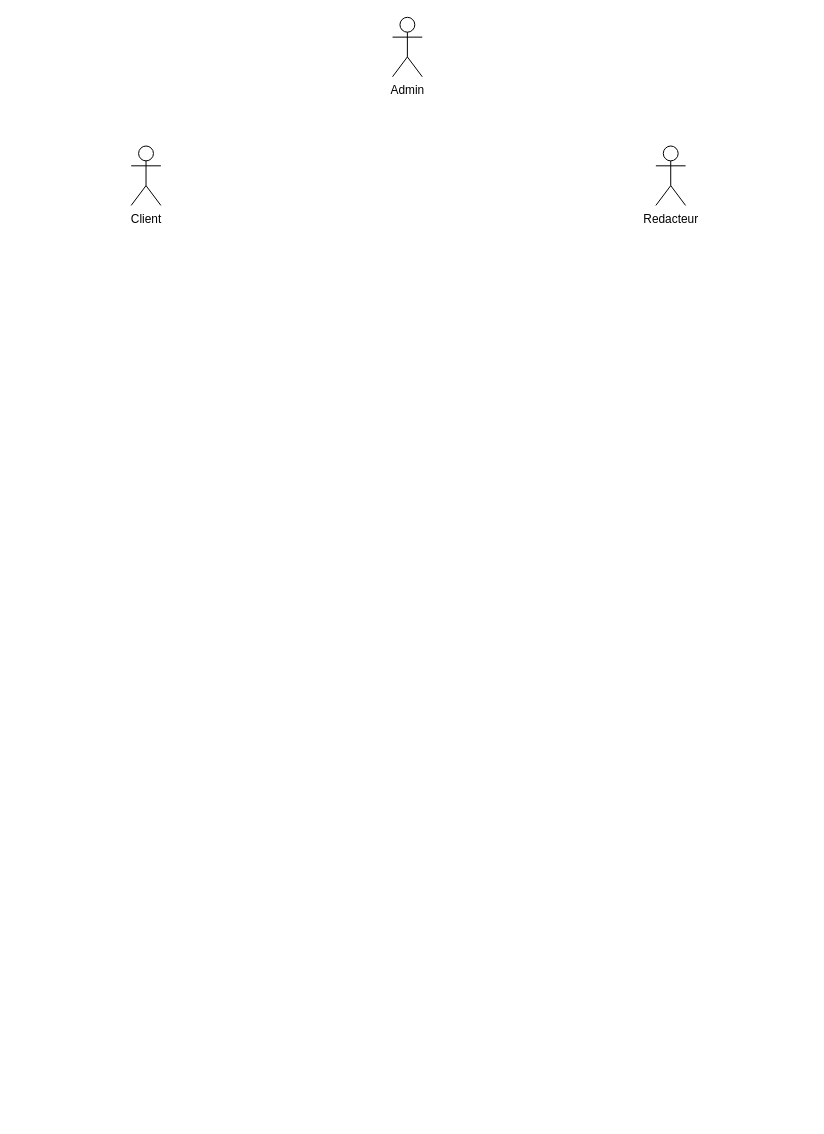
Before: diagrams/Cas d utilisation.drawio in Wathil/POECNews, a draw.io diagram. Source tidied: cells renumbered, new cells numbered last; positions are measured from the earlier drawing's top-left corner, leaving out a move shared by most shapes. Both pictures are drawn from the tidied source at 99%, with x=0, y=0 at pixel (131, 17).
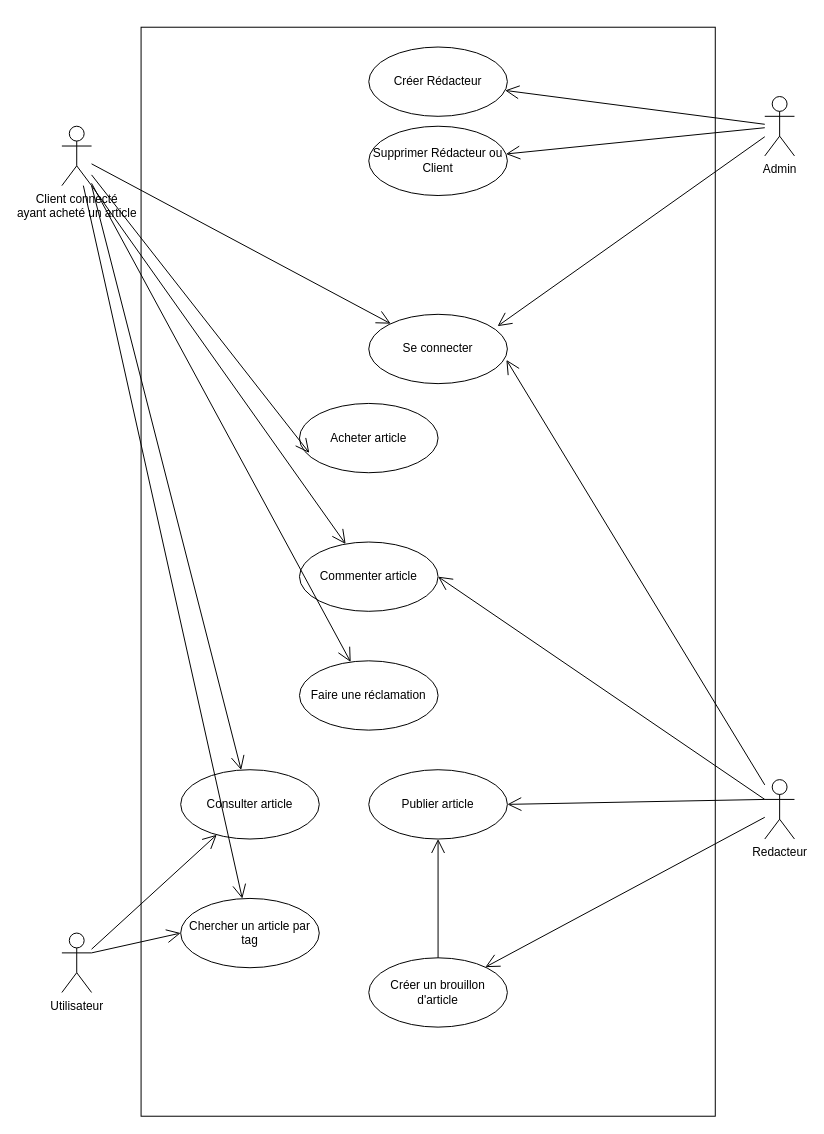
The same diagram, later.

Diff of the diagram source:
```diff
@@
+    <mxCell id="5" style="rounded=0;whiteSpace=wrap;html=1;" parent="1" vertex="1">
+      <mxGeometry x="10" y="10" width="580" height="1100" as="geometry" />
+    </mxCell>
-    <mxCell id="2" value="Client" style="shape=umlActor;verticalLabelPosition=bottom;verticalAlign=top;html=1;outlineConnect=0;" parent="1" vertex="1">
-      <mxGeometry y="130" width="30" height="60" as="geometry" />
+    <mxCell id="2" value="Utilisateur" style="shape=umlActor;verticalLabelPosition=bottom;verticalAlign=top;html=1;outlineConnect=0;" parent="1" vertex="1">
+      <mxGeometry x="-70" y="925" width="30" height="60" as="geometry" />
     </mxCell>
     <mxCell id="3" value="Admin" style="shape=umlActor;verticalLabelPosition=bottom;verticalAlign=top;html=1;outlineConnect=0;" parent="1" vertex="1">
-      <mxGeometry x="264" width="30" height="60" as="geometry" />
+      <mxGeometry x="640" y="80" width="30" height="60" as="geometry" />
     </mxCell>
     <mxCell id="4" value="Redacteur" style="shape=umlActor;verticalLabelPosition=bottom;verticalAlign=top;html=1;outlineConnect=0;" parent="1" vertex="1">
-      <mxGeometry x="530" y="130" width="30" height="60" as="geometry" />
+      <mxGeometry x="640" y="770" width="30" height="60" as="geometry" />
     </mxCell>
+    <mxCell id="6" value="Client connecté &lt;br&gt;ayant acheté un article" style="shape=umlActor;verticalLabelPosition=bottom;verticalAlign=top;html=1;outlineConnect=0;" parent="1" vertex="1">
+      <mxGeometry x="-70" y="110" width="30" height="60" as="geometry" />
+    </mxCell>
+    <mxCell id="7" value="Créer Rédacteur" style="ellipse;whiteSpace=wrap;html=1;" parent="1" vertex="1">
+      <mxGeometry x="240" y="30" width="140" height="70" as="geometry" />
+    </mxCell>
+    <mxCell id="8" style="endArrow=open;endFill=1;endSize=12;html=1;" parent="1" edge="1" source="3" target="7">
+      <mxGeometry relative="1" as="geometry" />
+    </mxCell>
+    <mxCell id="9" value="Se connecter" style="ellipse;whiteSpace=wrap;html=1;" parent="1" vertex="1">
+      <mxGeometry x="240" y="300" width="140" height="70" as="geometry" />
+    </mxCell>
+    <mxCell id="10" style="endArrow=open;endFill=1;endSize=12;html=1;entryX=0.993;entryY=0.657;entryDx=0;entryDy=0;entryPerimeter=0;" parent="1" edge="1" source="4" target="9">
+      <mxGeometry relative="1" as="geometry" />
+    </mxCell>
+    <mxCell id="11" style="endArrow=open;endFill=1;endSize=12;html=1;" parent="1" edge="1" source="6" target="9">
+      <mxGeometry relative="1" as="geometry" />
+    </mxCell>
+    <mxCell id="12" style="endArrow=open;endFill=1;endSize=12;html=1;entryX=0.929;entryY=0.171;entryDx=0;entryDy=0;entryPerimeter=0;" parent="1" edge="1" source="3" target="9">
+      <mxGeometry relative="1" as="geometry" />
+    </mxCell>
+    <mxCell id="13" value="Créer un brouillon d'article" style="ellipse;whiteSpace=wrap;html=1;" parent="1" vertex="1">
+      <mxGeometry x="240" y="950" width="140" height="70" as="geometry" />
+    </mxCell>
+    <mxCell id="14" style="endArrow=open;endFill=1;endSize=12;html=1;" parent="1" edge="1" source="4" target="13">
+      <mxGeometry relative="1" as="geometry" />
+    </mxCell>
+    <mxCell id="15" value="Publier article" style="ellipse;whiteSpace=wrap;html=1;" parent="1" vertex="1">
+      <mxGeometry x="240" y="760" width="140" height="70" as="geometry" />
+    </mxCell>
+    <mxCell id="16" style="endArrow=open;endFill=1;endSize=12;html=1;exitX=0;exitY=0.3333333333333333;exitDx=0;exitDy=0;exitPerimeter=0;entryX=1;entryY=0.5;entryDx=0;entryDy=0;" parent="1" edge="1" source="4" target="15">
+      <mxGeometry relative="1" as="geometry" />
+    </mxCell>
+    <mxCell id="17" style="endArrow=open;endFill=1;endSize=12;html=1;exitX=0.5;exitY=0;exitDx=0;exitDy=0;entryX=0.5;entryY=1;entryDx=0;entryDy=0;" parent="1" edge="1" source="13" target="15">
+      <mxGeometry relative="1" as="geometry" />
+    </mxCell>
+    <mxCell id="18" value="Consulter article" style="ellipse;whiteSpace=wrap;html=1;" parent="1" vertex="1">
+      <mxGeometry x="50" y="760" width="140" height="70" as="geometry" />
+    </mxCell>
+    <mxCell id="19" style="endArrow=open;endFill=1;endSize=12;html=1;exitX=1;exitY=1;exitDx=0;exitDy=0;exitPerimeter=0;" parent="1" edge="1" source="6" target="18">
+      <mxGeometry relative="1" as="geometry" />
+    </mxCell>
+    <mxCell id="20" style="endArrow=open;endFill=1;endSize=12;html=1;" parent="1" edge="1" source="2" target="18">
+      <mxGeometry relative="1" as="geometry" />
+    </mxCell>
+    <mxCell id="21" value="Acheter article" style="ellipse;whiteSpace=wrap;html=1;" parent="1" vertex="1">
+      <mxGeometry x="170" y="390" width="140" height="70" as="geometry" />
+    </mxCell>
+    <mxCell id="22" style="endArrow=open;endFill=1;endSize=12;html=1;entryX=0.071;entryY=0.714;entryDx=0;entryDy=0;entryPerimeter=0;" parent="1" edge="1" source="6" target="21">
+      <mxGeometry relative="1" as="geometry" />
+    </mxCell>
+    <mxCell id="23" value="Commenter article" style="ellipse;whiteSpace=wrap;html=1;" parent="1" vertex="1">
+      <mxGeometry x="170" y="530" width="140" height="70" as="geometry" />
+    </mxCell>
+    <mxCell id="24" style="endArrow=open;endFill=1;endSize=12;html=1;exitX=1;exitY=1;exitDx=0;exitDy=0;exitPerimeter=0;" parent="1" edge="1" source="6" target="23">
+      <mxGeometry relative="1" as="geometry" />
+    </mxCell>
+    <mxCell id="25" style="endArrow=open;endFill=1;endSize=12;html=1;exitX=0;exitY=0.3333333333333333;exitDx=0;exitDy=0;exitPerimeter=0;entryX=1;entryY=0.5;entryDx=0;entryDy=0;" parent="1" edge="1" source="4" target="23">
+      <mxGeometry relative="1" as="geometry" />
+    </mxCell>
+    <mxCell id="26" value="Faire une réclamation" style="ellipse;whiteSpace=wrap;html=1;" parent="1" vertex="1">
+      <mxGeometry x="170" y="650" width="140" height="70" as="geometry" />
+    </mxCell>
+    <mxCell id="27" style="endArrow=open;endFill=1;endSize=12;html=1;" parent="1" edge="1" source="6" target="26">
+      <mxGeometry relative="1" as="geometry" />
+    </mxCell>
+    <mxCell id="28" value="Chercher un article par tag" style="ellipse;whiteSpace=wrap;html=1;" parent="1" vertex="1">
+      <mxGeometry x="50" y="890" width="140" height="70" as="geometry" />
+    </mxCell>
+    <mxCell id="29" style="endArrow=open;endFill=1;endSize=12;html=1;exitX=1;exitY=0.3333333333333333;exitDx=0;exitDy=0;exitPerimeter=0;entryX=0;entryY=0.5;entryDx=0;entryDy=0;" parent="1" edge="1" source="2" target="28">
+      <mxGeometry relative="1" as="geometry" />
+    </mxCell>
+    <mxCell id="30" style="endArrow=open;endFill=1;endSize=12;html=1;" parent="1" edge="1" source="6" target="28">
+      <mxGeometry relative="1" as="geometry" />
+    </mxCell>
+    <mxCell id="31" value="Supprimer Rédacteur ou Client" style="ellipse;whiteSpace=wrap;html=1;" parent="1" vertex="1">
+      <mxGeometry x="240" y="110" width="140" height="70" as="geometry" />
+    </mxCell>
+    <mxCell id="32" style="endArrow=open;endFill=1;endSize=12;html=1;" parent="1" edge="1" source="3" target="31">
+      <mxGeometry relative="1" as="geometry" />
+    </mxCell>
```
